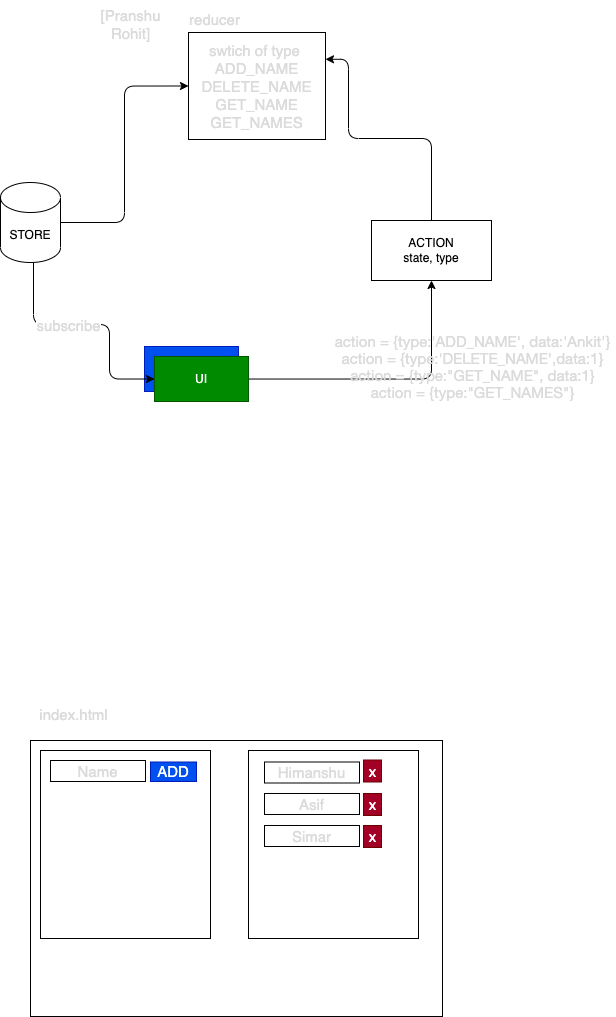
adithnaveen/2022-jul-asde-jfs-sapient keeps this draw.io diagram as images/day20.drawio.png. Above is the earlier version. Source tidied: cells renumbered, new cells last; positions are measured from the earlier drawing's top-left corner, leaving out a move shared by most shapes.
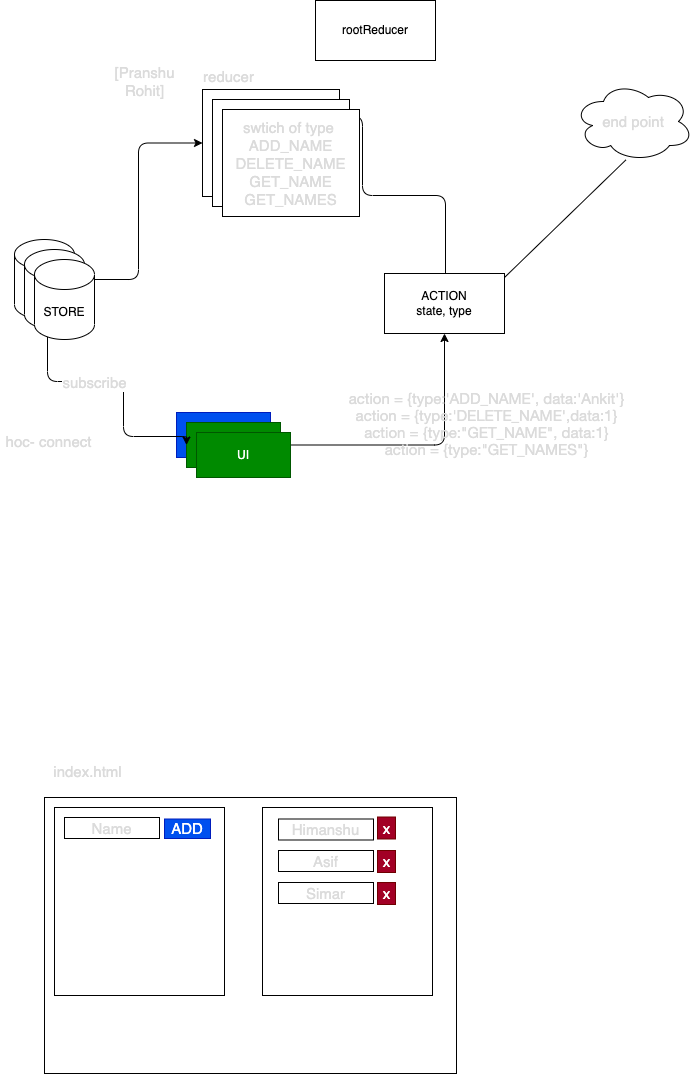
Later version of the same file.

The edit, as a diff of the source:
```diff
@@ -3,13 +3,13 @@
     <mxCell id="0" />
     <mxCell id="1" parent="0" />
     <mxCell id="2" value="UI" style="rounded=0;whiteSpace=wrap;html=1;fillColor=#0050ef;fontColor=#ffffff;strokeColor=#001DBC;" parent="1" vertex="1">
-      <mxGeometry x="144" y="346" width="94" height="45" as="geometry" />
+      <mxGeometry x="162" y="355" width="94" height="45" as="geometry" />
     </mxCell>
     <mxCell id="3" style="edgeStyle=orthogonalEdgeStyle;html=1;fontSize=15;fontColor=#DBDBDB;" parent="1" edge="1" source="4" target="10">
       <mxGeometry relative="1" as="geometry" />
     </mxCell>
     <mxCell id="4" value="UI" style="rounded=0;whiteSpace=wrap;html=1;fillColor=#008a00;fontColor=#ffffff;strokeColor=#005700;" parent="1" vertex="1">
-      <mxGeometry x="154" y="356" width="94" height="45" as="geometry" />
+      <mxGeometry x="172" y="365" width="94" height="45" as="geometry" />
     </mxCell>
     <mxCell id="5" style="edgeStyle=orthogonalEdgeStyle;html=1;entryX=0;entryY=0.5;entryDx=0;entryDy=0;fontSize=15;fontColor=#DBDBDB;" parent="1" edge="1" source="8" target="12">
       <mxGeometry relative="1" as="geometry" />
@@ -39,7 +39,7 @@
       </mxGeometry>
     </mxCell>
     <mxCell id="10" value="ACTION&lt;br&gt;state, type" style="rounded=0;whiteSpace=wrap;html=1;" parent="1" vertex="1">
-      <mxGeometry x="371" y="220" width="120" height="60" as="geometry" />
+      <mxGeometry x="370" y="216" width="120" height="60" as="geometry" />
     </mxCell>
     <mxCell id="11" value="&lt;p class=&quot;p1&quot; style=&quot;margin: 0px ; font-stretch: normal ; line-height: normal ; font-family: &amp;#34;helvetica neue&amp;#34; ; font-size: 15px&quot;&gt;&lt;font color=&quot;#dbdbdb&quot; style=&quot;font-size: 15px&quot;&gt;action = {type:'ADD_NAME', data:'Ankit'}&lt;/font&gt;&lt;/p&gt;&lt;p class=&quot;p1&quot; style=&quot;margin: 0px ; font-stretch: normal ; line-height: normal ; font-family: &amp;#34;helvetica neue&amp;#34; ; font-size: 15px&quot;&gt;&lt;font color=&quot;#dbdbdb&quot;&gt;action = {type:'DELETE_NAME',data:1}&lt;/font&gt;&lt;/p&gt;&lt;p class=&quot;p1&quot; style=&quot;margin: 0px ; font-stretch: normal ; line-height: normal ; font-family: &amp;#34;helvetica neue&amp;#34; ; font-size: 15px&quot;&gt;&lt;font color=&quot;#dbdbdb&quot;&gt;action = {type:&quot;GET_NAME&quot;, data:1}&lt;/font&gt;&lt;/p&gt;&lt;p class=&quot;p1&quot; style=&quot;margin: 0px ; font-stretch: normal ; line-height: normal ; font-family: &amp;#34;helvetica neue&amp;#34; ; font-size: 15px&quot;&gt;&lt;font color=&quot;#dbdbdb&quot;&gt;action = {type:&quot;GET_NAMES&quot;}&lt;/font&gt;&lt;/p&gt;" style="text;html=1;align=center;verticalAlign=middle;strokeColor=none;fillColor=none;" parent="1" vertex="1">
       <mxGeometry x="329" y="328" width="286" height="76" as="geometry" />
@@ -89,5 +89,34 @@
     <mxCell id="26" value="[Pranshu&lt;br&gt;Rohit]" style="text;html=1;strokeColor=none;fillColor=none;align=center;verticalAlign=middle;whiteSpace=wrap;rounded=0;fontSize=15;fontColor=#DBDBDB;" parent="1" vertex="1">
       <mxGeometry x="96" width="69" height="47" as="geometry" />
     </mxCell>
+    <mxCell id="27" value="hoc- connect" style="text;html=1;align=center;verticalAlign=middle;strokeColor=none;fillColor=none;fontSize=15;fontColor=#DBDBDB;" parent="1" vertex="1">
+      <mxGeometry x="-14" y="373" width="96" height="22" as="geometry" />
+    </mxCell>
+    <mxCell id="28" value="UI" style="rounded=0;whiteSpace=wrap;html=1;fillColor=#008a00;fontColor=#ffffff;strokeColor=#005700;" parent="1" vertex="1">
+      <mxGeometry x="182" y="375" width="94" height="45" as="geometry" />
+    </mxCell>
+    <mxCell id="29" value="end point" style="ellipse;shape=cloud;whiteSpace=wrap;html=1;fontSize=15;fontColor=#DBDBDB;" parent="1" vertex="1">
+      <mxGeometry x="559" y="24" width="120" height="80" as="geometry" />
+    </mxCell>
+    <mxCell id="30" style="endArrow=none;html=1;entryX=0.436;entryY=0.981;entryDx=0;entryDy=0;entryPerimeter=0;" parent="1" edge="1" target="29">
+      <mxGeometry relative="1" as="geometry">
+        <mxPoint x="490" y="220" as="sourcePoint" />
+      </mxGeometry>
+    </mxCell>
+    <mxCell id="31" value="STORE" style="shape=cylinder3;whiteSpace=wrap;html=1;boundedLbl=1;backgroundOutline=1;size=15;" parent="1" vertex="1">
+      <mxGeometry x="10" y="192" width="60" height="80" as="geometry" />
+    </mxCell>
+    <mxCell id="32" value="swtich of type&amp;nbsp;&lt;br&gt;ADD_NAME&lt;br&gt;DELETE_NAME&lt;br&gt;GET_NAME&lt;br&gt;GET_NAMES" style="rounded=0;whiteSpace=wrap;html=1;fontSize=15;fontColor=#DBDBDB;" parent="1" vertex="1">
+      <mxGeometry x="198" y="42" width="137" height="107" as="geometry" />
+    </mxCell>
+    <mxCell id="33" value="rootReducer" style="rounded=0;whiteSpace=wrap;html=1;" parent="1" vertex="1">
+      <mxGeometry x="301" y="-57" width="120" height="60" as="geometry" />
+    </mxCell>
+    <mxCell id="34" value="STORE" style="shape=cylinder3;whiteSpace=wrap;html=1;boundedLbl=1;backgroundOutline=1;size=15;" parent="1" vertex="1">
+      <mxGeometry x="20" y="202" width="60" height="80" as="geometry" />
+    </mxCell>
+    <mxCell id="35" value="swtich of type&amp;nbsp;&lt;br&gt;ADD_NAME&lt;br&gt;DELETE_NAME&lt;br&gt;GET_NAME&lt;br&gt;GET_NAMES" style="rounded=0;whiteSpace=wrap;html=1;fontSize=15;fontColor=#DBDBDB;" parent="1" vertex="1">
+      <mxGeometry x="208" y="52" width="137" height="107" as="geometry" />
+    </mxCell>
   </root>
 </mxGraphModel>
```
